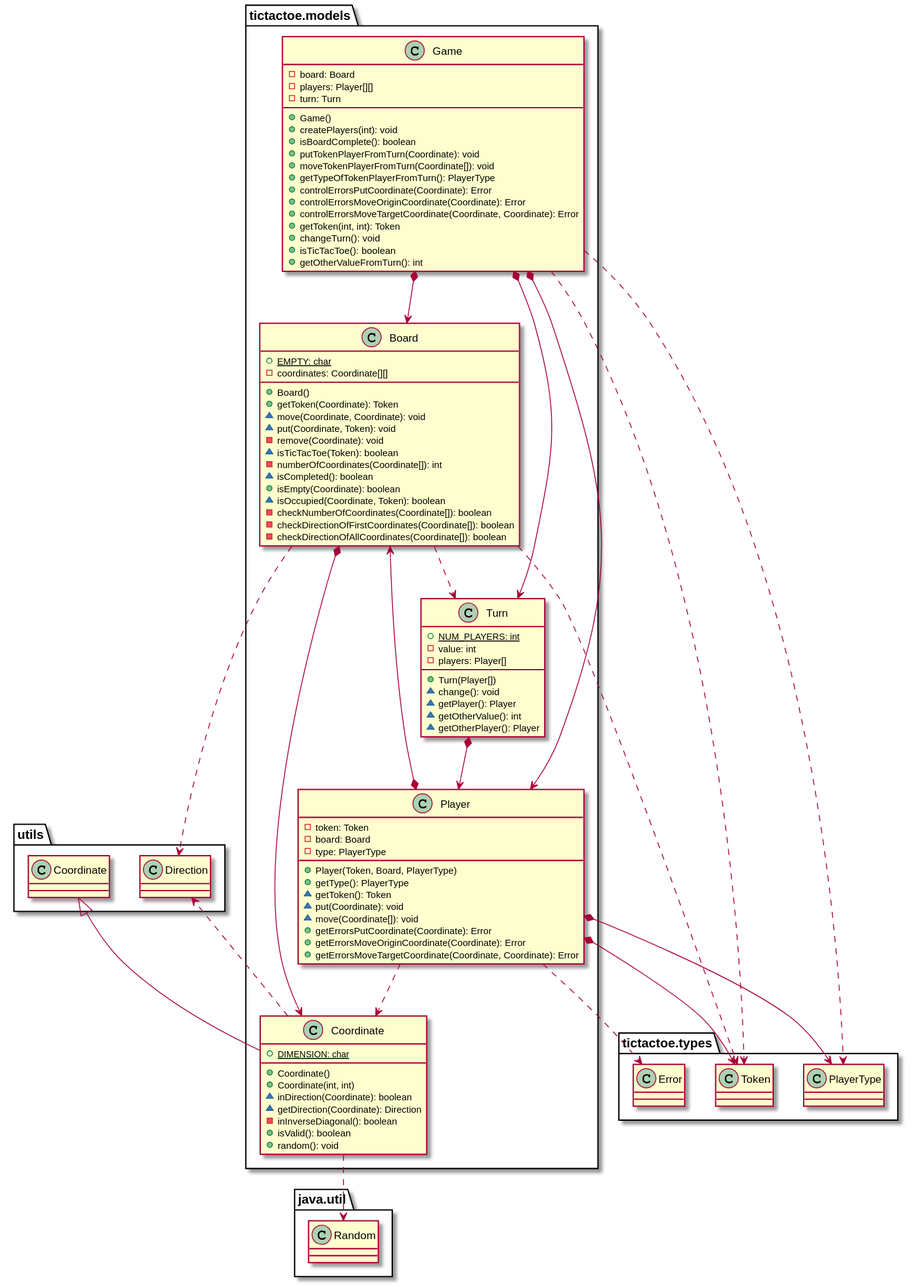
This is docs/build/docs/asciidoc/images/tictactoeModelsVersion5.svg from x-USantaTecla-game-ticTacToe/java, a PlantUML export, as it was before one commit.
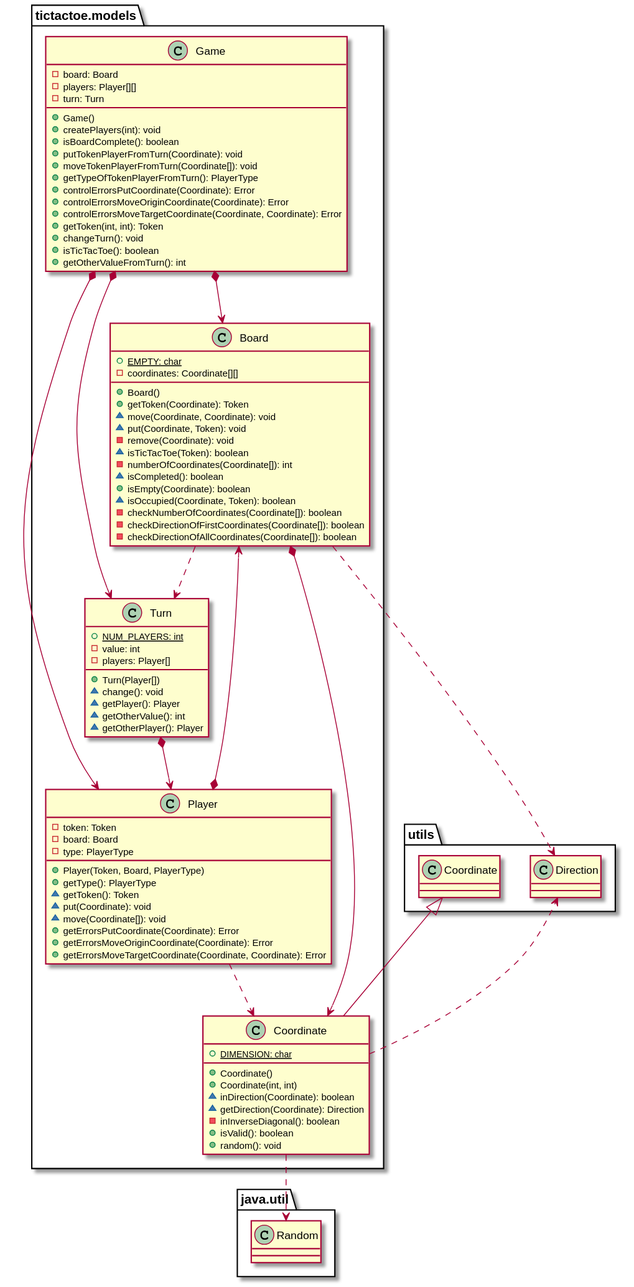
Above is the later version.

Diff of the diagram source:
```diff
@@ -18,7 +18,6 @@
 - checkDirectionOfAllCoordinates(Coordinate[]): boolean
 }
 tictactoe.models.Board *-down-> tictactoe.models.Coordinate
-tictactoe.models.Board ..> tictactoe.types.Token
 tictactoe.models.Board ..> tictactoe.models.Turn
 tictactoe.models.Board ..> utils.Direction
 
@@ -57,8 +56,6 @@
 tictactoe.models.Game *-down-> tictactoe.models.Board
 tictactoe.models.Game *-down-> tictactoe.models.Player
 tictactoe.models.Game *-down-> tictactoe.models.Turn
-tictactoe.models.Game ..> tictactoe.types.Token
-tictactoe.models.Game ..> tictactoe.types.PlayerType
 
 class  tictactoe.models.Player{
 - token: Token
@@ -73,11 +70,8 @@
 + getErrorsMoveOriginCoordinate(Coordinate): Error
 + getErrorsMoveTargetCoordinate(Coordinate, Coordinate): Error
 }
-tictactoe.models.Player *-down-> tictactoe.types.Token
 tictactoe.models.Player *-down-> tictactoe.models.Board
-tictactoe.models.Player *-down-> tictactoe.types.PlayerType
 tictactoe.models.Player ..> tictactoe.models.Coordinate
-tictactoe.models.Player ..> tictactoe.types.Error
 
 class  tictactoe.models.Turn{
 + {static} NUM_PLAYERS: int
```
